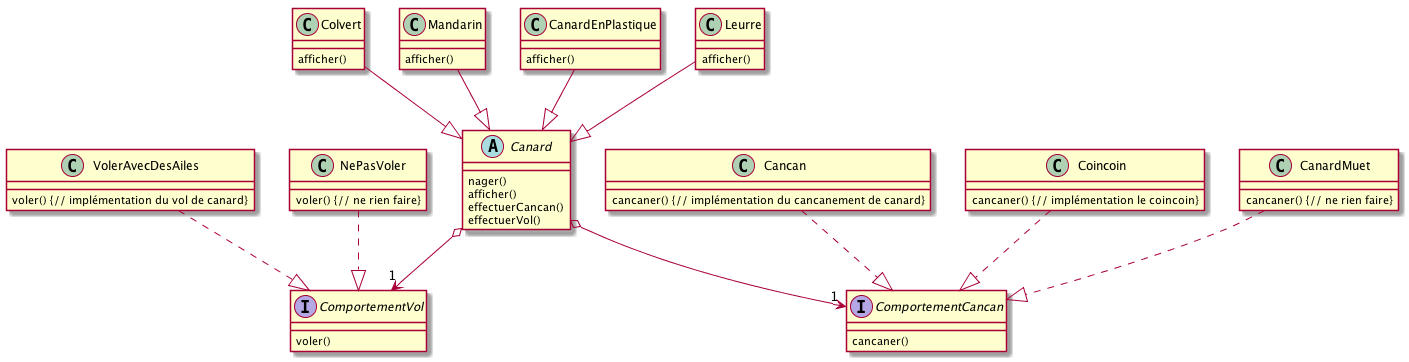
Above: images/superCanardFinal.png in IUT-Blagnac/cpoa (PlantUML), before the change. Source of this version:
```plantuml
@startuml


hide empty members
hide empty methods


interface ComportementVol {
voler()
}
interface ComportementCancan {
cancaner()
}
class VolerAvecDesAiles {
voler() {// implémentation du vol de canard}
}
class NePasVoler {
voler() {// ne rien faire}
}
class Cancan{
cancaner() {// implémentation du cancanement de canard}
}
class Coincoin{
cancaner() {// implémentation le coincoin}
}
class CanardMuet{
cancaner() {// ne rien faire}
}

abstract class Canard {
nager()
afficher()
effectuerCancan()
effectuerVol()
}
class Colvert {
afficher()
}
class Mandarin {
afficher()
}
class CanardEnPlastique {
afficher()
}
class Leurre {
afficher()
}


NePasVoler ..|> ComportementVol
VolerAvecDesAiles ..|> ComportementVol

Cancan ..|> ComportementCancan
Coincoin ..|> ComportementCancan
CanardMuet ..|> ComportementCancan

Colvert --|> Canard
Leurre --|> Canard
Mandarin --|> Canard
CanardEnPlastique --|> Canard

Canard o--> "1" ComportementVol
Canard o--> "1" ComportementCancan

@enduml
```
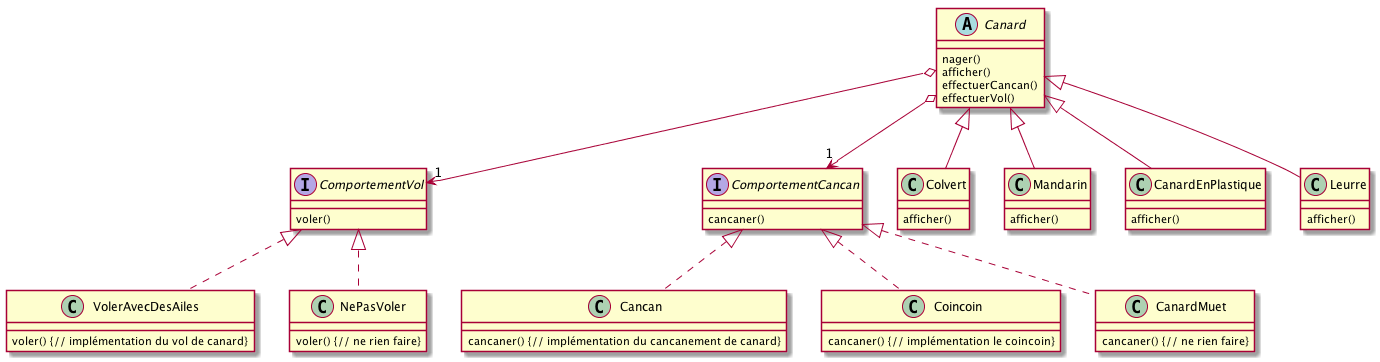
Later version of the same file.

What changed in the source:
```diff
@@ -47,17 +47,17 @@
 }
 
 
-NePasVoler ..|> ComportementVol
-VolerAvecDesAiles ..|> ComportementVol
+ComportementVol <|.. NePasVoler
+ComportementVol <|.. VolerAvecDesAiles
 
-Cancan ..|> ComportementCancan
-Coincoin ..|> ComportementCancan
-CanardMuet ..|> ComportementCancan
+ComportementCancan <|.. Cancan
+ComportementCancan <|.. Coincoin
+ComportementCancan <|.. CanardMuet
 
-Colvert --|> Canard
-Leurre --|> Canard
-Mandarin --|> Canard
-CanardEnPlastique --|> Canard
+Canard <|-- Colvert
+Canard <|-- Mandarin
+Canard <|-- Leurre
+Canard <|-- CanardEnPlastique
 
 Canard o--> "1" ComportementVol
 Canard o--> "1" ComportementCancan
```
